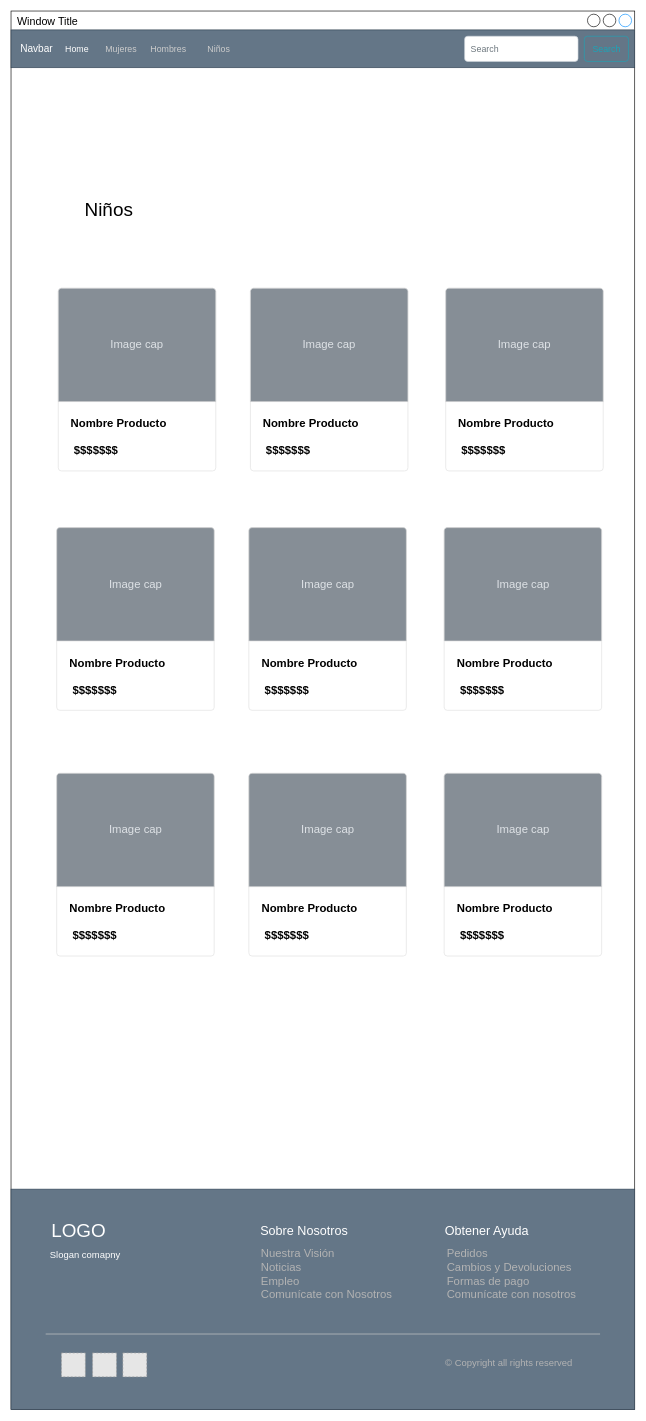
Above: Untitled Diagram.drawio in Drakeout/proyecto-grupo-Hellmanns (draw.io), before the change. Source tidied: cells renumbered, new cells numbered last; positions are measured from the earlier drawing's top-left corner, leaving out a move shared by most shapes. Both pictures are drawn from the tidied source at 63%, with x=0, y=0 at pixel (11, 11). Pictures stored in the file or linked from it are replaced by grey dashed boxes.
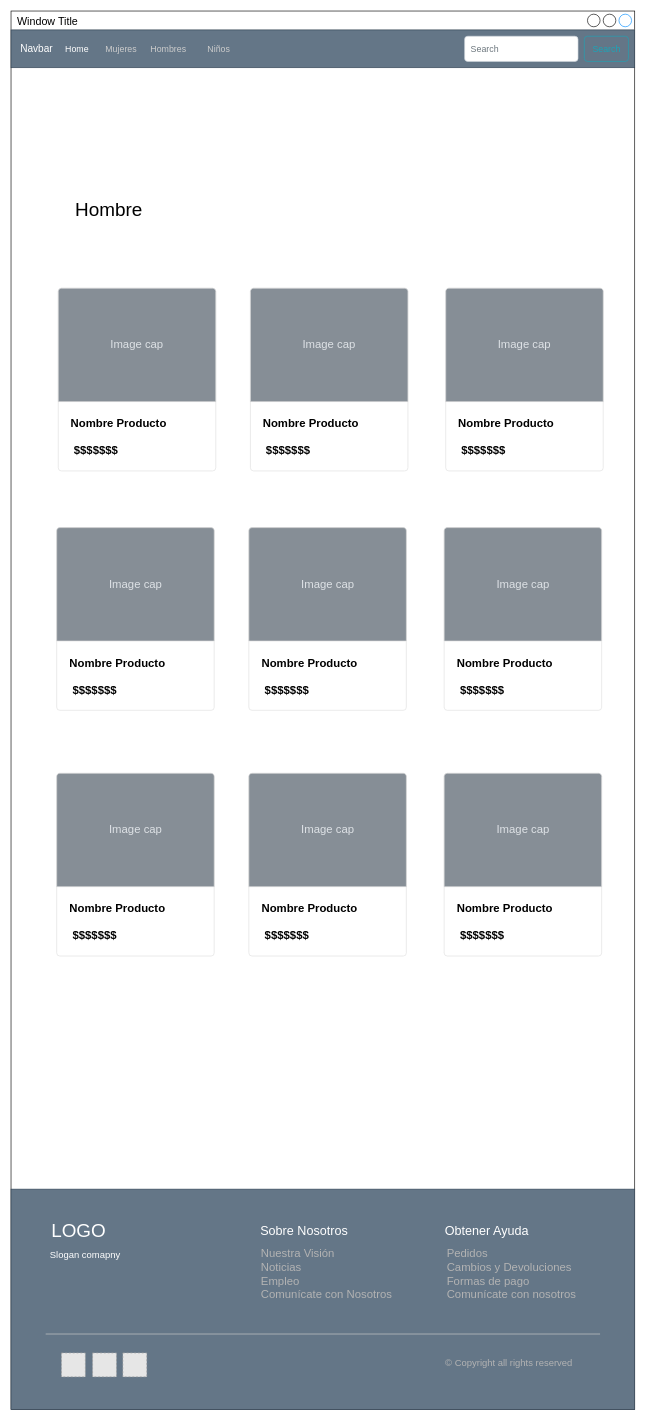
The same diagram, later.

Diff of the diagram source:
```diff
@@
-    <mxCell id="10" value="&lt;span style=&quot;font-size: 30px&quot;&gt;Niños&lt;/span&gt;" style="text;html=1;align=center;verticalAlign=middle;strokeColor=none;" parent="1" vertex="1">
-      <mxGeometry x="110" y="300" width="90" height="30" as="geometry" />
+    <mxCell id="10" value="&lt;span style=&quot;font-size: 30px&quot;&gt;Hombre&lt;/span&gt;" style="text;html=1;align=center;verticalAlign=middle;strokeColor=none;" parent="1" vertex="1">
+      <mxGeometry x="95" y="300" width="120" height="30" as="geometry" />
     </mxCell>
```
